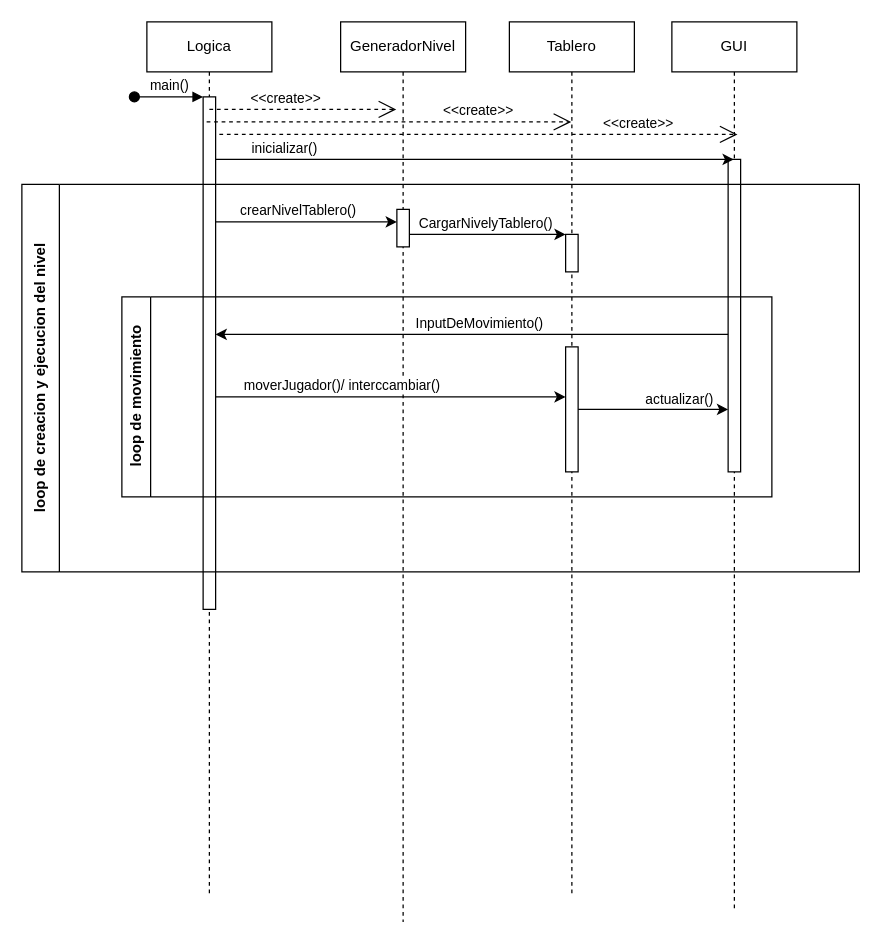
Above: src/Diagrama/Secuencia/Diagrama_de_Secuencia.drawio in Brunitoa10/Candy_Crush_Gemas (draw.io), before the change. Source tidied: cells renumbered, new cells numbered last; positions are measured from the earlier drawing's top-left corner, leaving out a move shared by most shapes. Both pictures are drawn from the tidied source at 125%, with x=0, y=0 at pixel (21, 21).
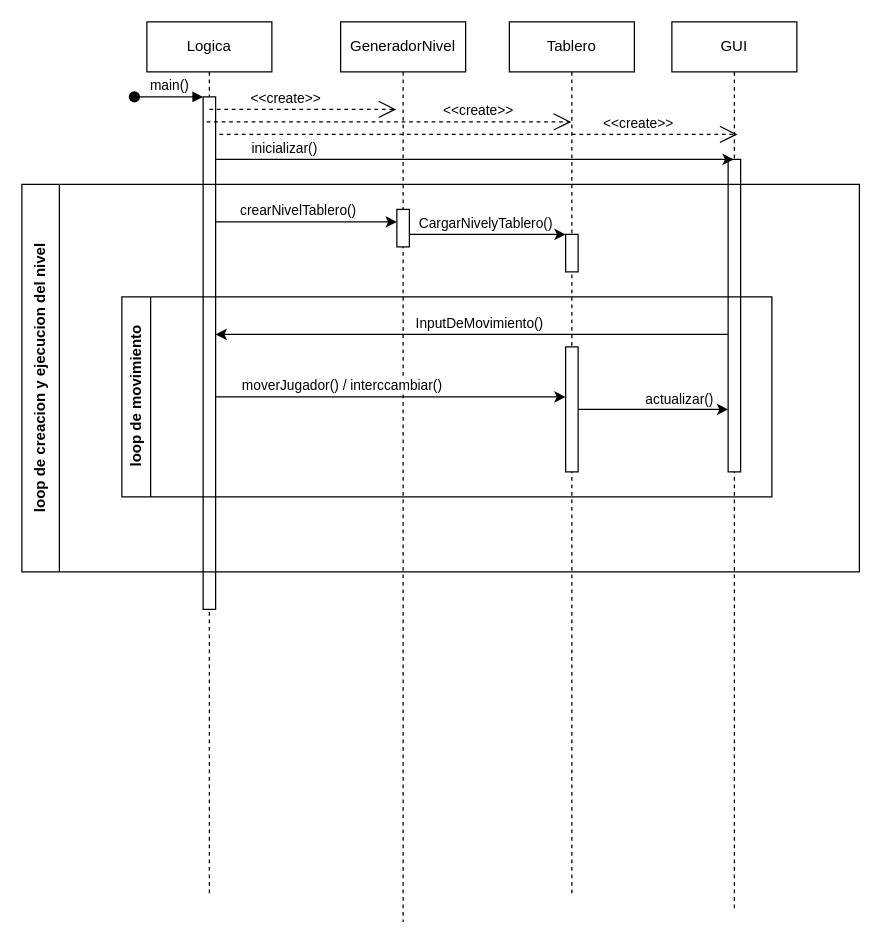
The same diagram, later.

Commit message (it also covers changes not shown here):
Ajustes minimos de espacio en diagramas extendidos y de secuencia

The change refers to these unchanged cells:
```xml
<mxCell id="19" style="endArrow=classic;html=1;rounded=0;" parent="18" edge="1">
  <mxGeometry relative="1" as="geometry">
    <mxPoint x="75" y="80" as="sourcePoint" />
    <mxPoint x="355" y="80" as="targetPoint" />
  </mxGeometry>
</mxCell>
```

What changed in the source:
```diff
@@
-    <mxCell id="20" value="moverJugador()/ interccambiar()" style="edgeLabel;html=1;align=center;verticalAlign=middle;" parent="19" vertex="1">
+    <mxCell id="20" value="moverJugador() / interccambiar()" style="edgeLabel;html=1;align=center;verticalAlign=middle;" parent="19" vertex="1">
       <mxGeometry x="-0.32" relative="1" as="geometry">
         <mxPoint x="5" y="-10" as="offset" />
       </mxGeometry>
     </mxCell>
```
